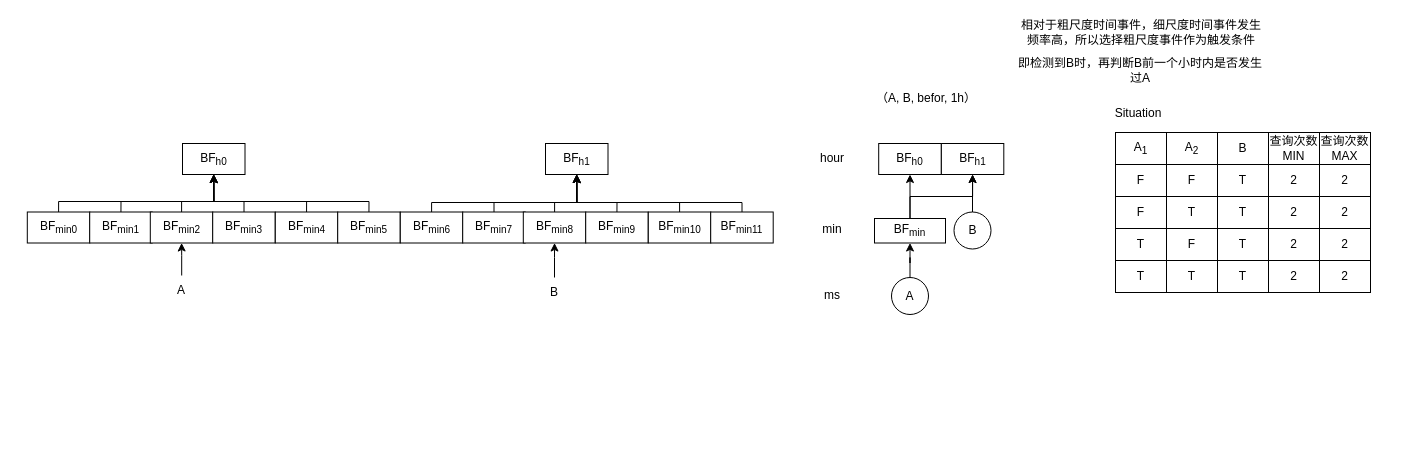
This is page "第 2 页" (2 of 2) of 整体系统架构.drawio from LiLiJacky/graphData, a draw.io file, before an edit. Source tidied: cells renumbered, new cells numbered last; positions are measured from the earlier drawing's top-left corner, leaving out a move shared by most shapes. Both pictures are drawn from the tidied source at 100%, with x=0, y=0 at pixel (27, 17).
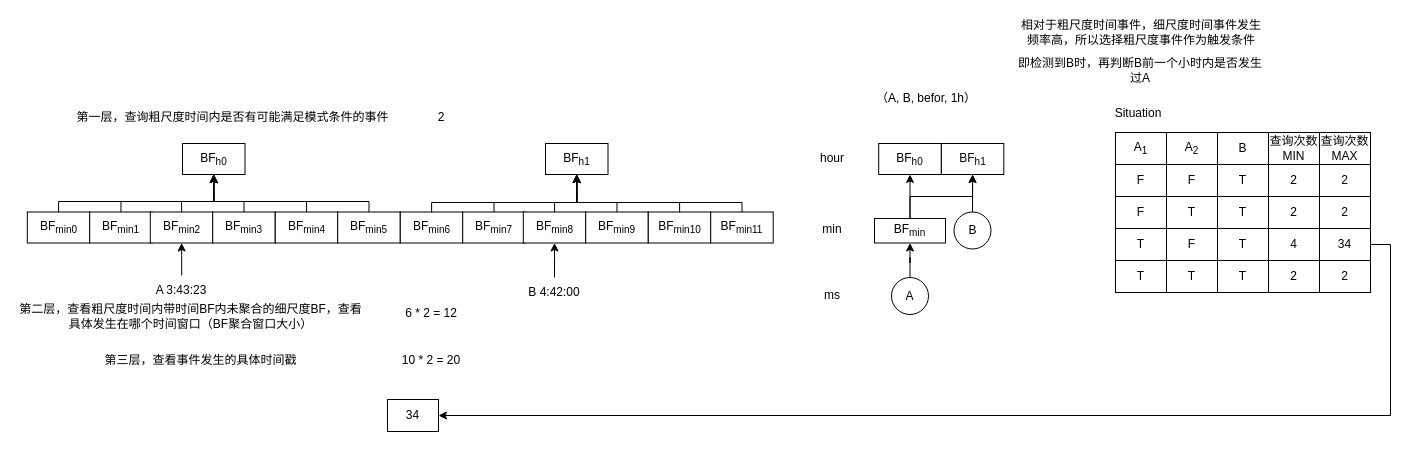
After the change.

Commit message:
更新整体系统架构.drawio

What changed in the source:
```diff
@@
-    <mxCell id="33" value="2" style="rounded=0;whiteSpace=wrap;html=1;" parent="1" vertex="1">
+    <mxCell id="33" value="4" style="rounded=0;whiteSpace=wrap;html=1;" parent="1" vertex="1">
       <mxGeometry x="1241" y="211" width="51" height="32" as="geometry" />
     </mxCell>
@@
+    <mxCell id="73" style="edgeStyle=orthogonalEdgeStyle;rounded=0;jettySize=auto;html=1;exitX=1;exitY=0.5;exitDx=0;exitDy=0;entryX=1;entryY=0.5;entryDx=0;entryDy=0;" parent="1" edge="1" source="67" target="74">
+      <mxGeometry relative="1" as="geometry" />
+    </mxCell>
-    <mxCell id="67" value="2" style="rounded=0;whiteSpace=wrap;html=1;" parent="1" vertex="1">
+    <mxCell id="67" value="34" style="rounded=0;whiteSpace=wrap;html=1;" parent="1" vertex="1">
       <mxGeometry x="1292" y="211" width="51" height="32" as="geometry" />
     </mxCell>
@@
-    <mxCell id="70" value="B" style="text;html=1;strokeColor=none;fillColor=none;align=center;verticalAlign=middle;whiteSpace=wrap;rounded=0;" parent="1" vertex="1">
+    <mxCell id="70" value="B 4:42:00" style="text;html=1;strokeColor=none;fillColor=none;align=center;verticalAlign=middle;whiteSpace=wrap;rounded=0;" parent="1" vertex="1">
       <mxGeometry x="497" y="260" width="60" height="30" as="geometry" />
     </mxCell>
@@
-    <mxCell id="72" value="A" style="text;html=1;strokeColor=none;fillColor=none;align=center;verticalAlign=middle;whiteSpace=wrap;rounded=0;" parent="1" vertex="1">
+    <mxCell id="72" value="A 3:43:23" style="text;html=1;strokeColor=none;fillColor=none;align=center;verticalAlign=middle;whiteSpace=wrap;rounded=0;" parent="1" vertex="1">
       <mxGeometry x="124.2" y="258" width="60" height="30" as="geometry" />
     </mxCell>
+    <mxCell id="74" value="34" style="rounded=0;whiteSpace=wrap;html=1;" parent="1" vertex="1">
+      <mxGeometry x="360" y="382" width="51" height="32" as="geometry" />
+    </mxCell>
+    <mxCell id="75" value="第一层，查询粗尺度时间内是否有可能满足模式条件的事件" style="text;html=1;strokeColor=none;fillColor=none;align=center;verticalAlign=middle;whiteSpace=wrap;rounded=0;" parent="1" vertex="1">
+      <mxGeometry x="32" y="85" width="347" height="30" as="geometry" />
+    </mxCell>
+    <mxCell id="76" value="第二层，查看粗尺度时间内带时间BF内未聚合的细尺度BF，查看具体发生在哪个时间窗口（BF聚合窗口大小）" style="text;html=1;strokeColor=none;fillColor=none;align=center;verticalAlign=middle;whiteSpace=wrap;rounded=0;" parent="1" vertex="1">
+      <mxGeometry x="-10" y="284" width="347" height="30" as="geometry" />
+    </mxCell>
+    <mxCell id="77" value="第三层，查看事件发生的具体时间戳" style="text;html=1;strokeColor=none;fillColor=none;align=center;verticalAlign=middle;whiteSpace=wrap;rounded=0;" parent="1" vertex="1">
+      <mxGeometry x="-0.2" y="328" width="347" height="30" as="geometry" />
+    </mxCell>
+    <mxCell id="78" value="6 * 2 = 12" style="text;html=1;strokeColor=none;fillColor=none;align=center;verticalAlign=middle;whiteSpace=wrap;rounded=0;" parent="1" vertex="1">
+      <mxGeometry x="374" y="281" width="60" height="30" as="geometry" />
+    </mxCell>
+    <mxCell id="79" value="2" style="text;html=1;strokeColor=none;fillColor=none;align=center;verticalAlign=middle;whiteSpace=wrap;rounded=0;" parent="1" vertex="1">
+      <mxGeometry x="384" y="85" width="60" height="30" as="geometry" />
+    </mxCell>
+    <mxCell id="80" value="10 * 2 = 20" style="text;html=1;strokeColor=none;fillColor=none;align=center;verticalAlign=middle;whiteSpace=wrap;rounded=0;" parent="1" vertex="1">
+      <mxGeometry x="360.1" y="328" width="87.8" height="30" as="geometry" />
+    </mxCell>
```
